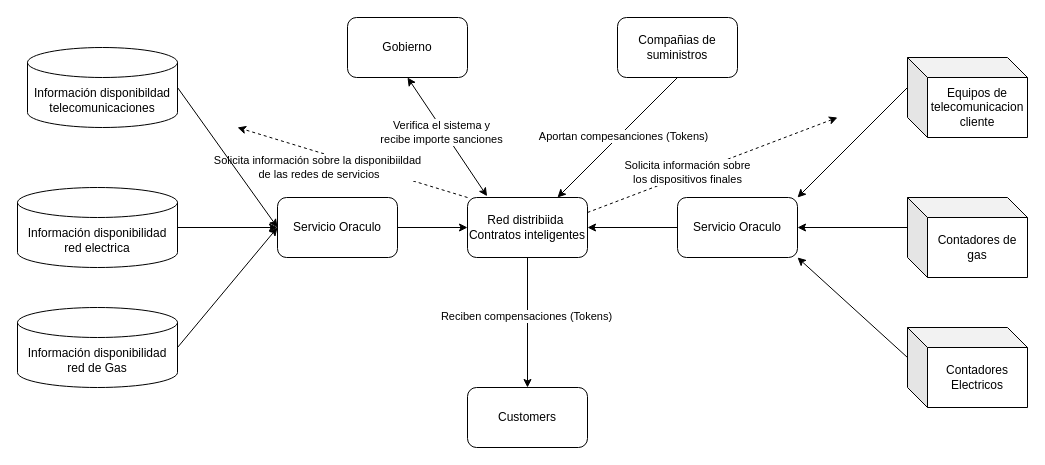
This is Diagrama sin título.drawio from apezuelauoc/blockchain, a draw.io file, before an edit. Source tidied: cells renumbered, new cells numbered last; positions are measured from the earlier drawing's top-left corner, leaving out a move shared by most shapes. Both pictures are drawn from the tidied source at 100%, with x=0, y=0 at pixel (17, 17).
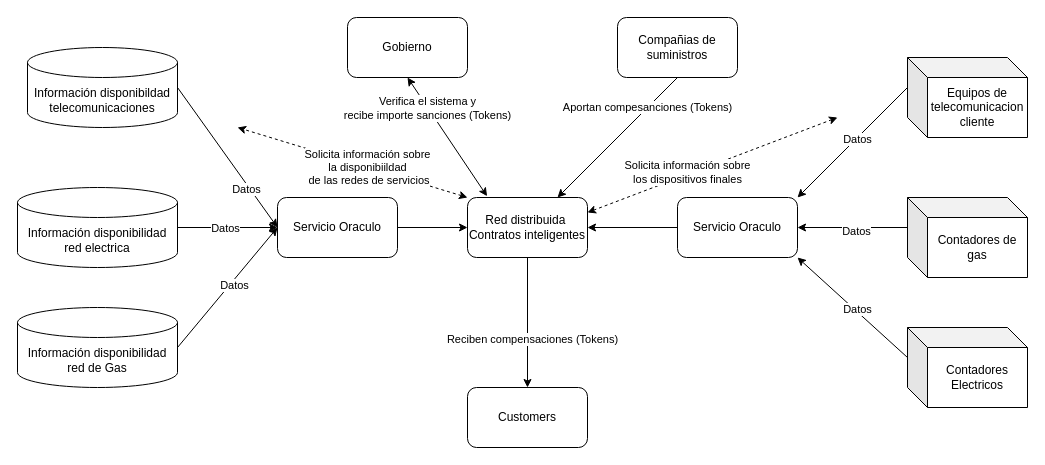
The same page after the edit.

Unchanged cells that the change refers to:
```xml
<mxCell id="2" style="edgeStyle=orthogonalEdgeStyle;rounded=0;jettySize=auto;html=1;exitX=0.5;exitY=1;exitDx=0;exitDy=0;entryX=0.5;entryY=0;entryDx=0;entryDy=0;" parent="1" edge="1" source="6" target="9">
  <mxGeometry relative="1" as="geometry" />
</mxCell>
<mxCell id="10" style="edgeStyle=orthogonalEdgeStyle;rounded=0;jettySize=auto;html=1;exitX=1;exitY=0.5;exitDx=0;exitDy=0;exitPerimeter=0;entryX=0;entryY=0.5;entryDx=0;entryDy=0;" parent="1" edge="1" source="11" target="8">
  <mxGeometry relative="1" as="geometry" />
</mxCell>
<mxCell id="12" style="rounded=0;jettySize=auto;html=1;exitX=1;exitY=0.5;exitDx=0;exitDy=0;exitPerimeter=0;" parent="1" edge="1" source="13">
  <mxGeometry relative="1" as="geometry">
    <mxPoint x="260" y="210" as="targetPoint" />
  </mxGeometry>
</mxCell>
<mxCell id="14" style="rounded=0;jettySize=auto;html=1;exitX=1;exitY=0.5;exitDx=0;exitDy=0;exitPerimeter=0;entryX=0;entryY=0.5;entryDx=0;entryDy=0;" parent="1" edge="1" source="15" target="8">
  <mxGeometry relative="1" as="geometry" />
</mxCell>
<mxCell id="16" style="rounded=0;jettySize=auto;html=1;exitX=0.5;exitY=1;exitDx=0;exitDy=0;entryX=0.163;entryY=-0.022;entryDx=0;entryDy=0;entryPerimeter=0;startArrow=classic;startFill=1;" parent="1" edge="1" source="18" target="6">
  <mxGeometry relative="1" as="geometry" />
</mxCell>
<mxCell id="19" style="rounded=0;jettySize=auto;html=1;exitX=0.5;exitY=1;exitDx=0;exitDy=0;entryX=0.75;entryY=0;entryDx=0;entryDy=0;" parent="1" edge="1" source="21" target="6">
  <mxGeometry relative="1" as="geometry" />
</mxCell>
<mxCell id="24" style="rounded=0;jettySize=auto;html=1;exitX=0;exitY=0;exitDx=0;exitDy=30;exitPerimeter=0;entryX=1;entryY=0;entryDx=0;entryDy=0;" parent="1" edge="1" source="25" target="23">
  <mxGeometry relative="1" as="geometry" />
</mxCell>
<mxCell id="26" style="rounded=0;jettySize=auto;html=1;exitX=0;exitY=0;exitDx=0;exitDy=30;exitPerimeter=0;entryX=1;entryY=1;entryDx=0;entryDy=0;endArrow=classic;endFill=1;" parent="1" edge="1" source="27" target="23">
  <mxGeometry relative="1" as="geometry" />
</mxCell>
<mxCell id="28" style="edgeStyle=orthogonalEdgeStyle;rounded=0;jettySize=auto;html=1;exitX=0;exitY=0;exitDx=0;exitDy=30;exitPerimeter=0;" parent="1" edge="1" source="29" target="23">
  <mxGeometry relative="1" as="geometry" />
</mxCell>
```

The edit, as a diff of the source:
```diff
@@
     <mxCell id="3" value="Reciben compensaciones (Tokens)" style="edgeLabel;html=1;align=center;verticalAlign=middle;" parent="2" vertex="1">
-      <mxGeometry x="-0.11" y="-2" relative="1" as="geometry" />
+      <mxGeometry x="-0.11" y="-2" relative="1" as="geometry">
+        <mxPoint x="6" y="23" as="offset" />
+      </mxGeometry>
     </mxCell>
-    <mxCell id="4" style="rounded=0;jettySize=auto;html=1;exitX=0;exitY=0;exitDx=0;exitDy=0;dashed=1;" parent="1" edge="1" source="6">
+    <mxCell id="4" style="rounded=0;jettySize=auto;html=1;exitX=0;exitY=0;exitDx=0;exitDy=0;dashed=1;startArrow=classic;startFill=1;" parent="1" edge="1" source="6">
       <mxGeometry relative="1" as="geometry">
         <mxPoint x="220" y="110" as="targetPoint" />
       </mxGeometry>
     </mxCell>
-    <mxCell id="5" value="Solicita información sobre la disponibiildad&lt;br&gt;&amp;nbsp;de las redes de servicios" style="edgeLabel;html=1;align=center;verticalAlign=middle;" parent="4" vertex="1">
+    <mxCell id="5" value="Solicita información sobre &lt;br&gt;la disponibiildad&lt;br&gt;&amp;nbsp;de las redes de servicios" style="edgeLabel;html=1;align=center;verticalAlign=middle;" parent="4" vertex="1">
       <mxGeometry x="0.16" y="-2" relative="1" as="geometry">
-        <mxPoint x="-18" y="12" as="offset" />
+        <mxPoint x="32" y="12" as="offset" />
       </mxGeometry>
     </mxCell>
-    <mxCell id="6" value="Red distribiida&amp;nbsp;&lt;br&gt;Contratos inteligentes" style="rounded=1;whiteSpace=wrap;html=1;" parent="1" vertex="1">
+    <mxCell id="6" value="Red distribuida&amp;nbsp;&lt;br&gt;Contratos inteligentes" style="rounded=1;whiteSpace=wrap;html=1;" parent="1" vertex="1">
       <mxGeometry x="450" y="180" width="120" height="60" as="geometry" />
     </mxCell>
@@
+    <mxCell id="32" value="Datos" style="edgeLabel;html=1;align=center;verticalAlign=middle;" parent="10" vertex="1">
+      <mxGeometry x="-0.06" relative="1" as="geometry" />
+    </mxCell>
@@
+    <mxCell id="33" value="Datos" style="edgeLabel;html=1;align=center;verticalAlign=middle;" parent="12" vertex="1">
+      <mxGeometry x="0.07" y="-3" relative="1" as="geometry" />
+    </mxCell>
@@
+    <mxCell id="34" value="Datos" style="edgeLabel;html=1;align=center;verticalAlign=middle;" parent="14" vertex="1">
+      <mxGeometry x="0.42" y="-3" relative="1" as="geometry" />
+    </mxCell>
@@
-    <mxCell id="17" value="Verifica el sistema y&lt;br&gt;&amp;nbsp;recibe importe sanciones&amp;nbsp;" style="edgeLabel;html=1;align=center;verticalAlign=middle;" parent="16" vertex="1">
-      <mxGeometry x="-0.11" y="-2" relative="1" as="geometry" />
+    <mxCell id="17" value="Verifica el sistema y&lt;br&gt;&amp;nbsp;recibe importe sanciones (Tokens)&amp;nbsp;" style="edgeLabel;html=1;align=center;verticalAlign=middle;" parent="16" vertex="1">
+      <mxGeometry x="-0.11" y="-2" relative="1" as="geometry">
+        <mxPoint x="-14" y="-24" as="offset" />
+      </mxGeometry>
     </mxCell>
@@
     <mxCell id="20" value="Aportan compesanciones (Tokens)" style="edgeLabel;html=1;align=center;verticalAlign=middle;" parent="19" vertex="1">
-      <mxGeometry x="-0.06" y="3" relative="1" as="geometry" />
+      <mxGeometry x="-0.06" y="3" relative="1" as="geometry">
+        <mxPoint x="24" y="-29" as="offset" />
+      </mxGeometry>
     </mxCell>
@@
+    <mxCell id="35" value="Datos" style="edgeLabel;html=1;align=center;verticalAlign=middle;" parent="24" vertex="1">
+      <mxGeometry x="-0.08" y="1" relative="1" as="geometry" />
+    </mxCell>
@@
+    <mxCell id="36" value="Datos" style="edgeLabel;html=1;align=center;verticalAlign=middle;" parent="26" vertex="1">
+      <mxGeometry x="-0.06" y="-2" relative="1" as="geometry" />
+    </mxCell>
@@
+    <mxCell id="37" value="Datos" style="edgeLabel;html=1;align=center;verticalAlign=middle;" parent="28" vertex="1">
+      <mxGeometry x="-0.05" y="3" relative="1" as="geometry" />
+    </mxCell>
@@
-    <mxCell id="30" style="rounded=0;jettySize=auto;html=1;exitX=1;exitY=0.25;exitDx=0;exitDy=0;dashed=1;" parent="1" edge="1" source="6">
+    <mxCell id="30" style="rounded=0;jettySize=auto;html=1;exitX=1;exitY=0.25;exitDx=0;exitDy=0;dashed=1;startArrow=classic;startFill=1;" parent="1" edge="1" source="6">
       <mxGeometry relative="1" as="geometry">
         <mxPoint x="820" y="100" as="targetPoint" />
       </mxGeometry>
     </mxCell>
```
